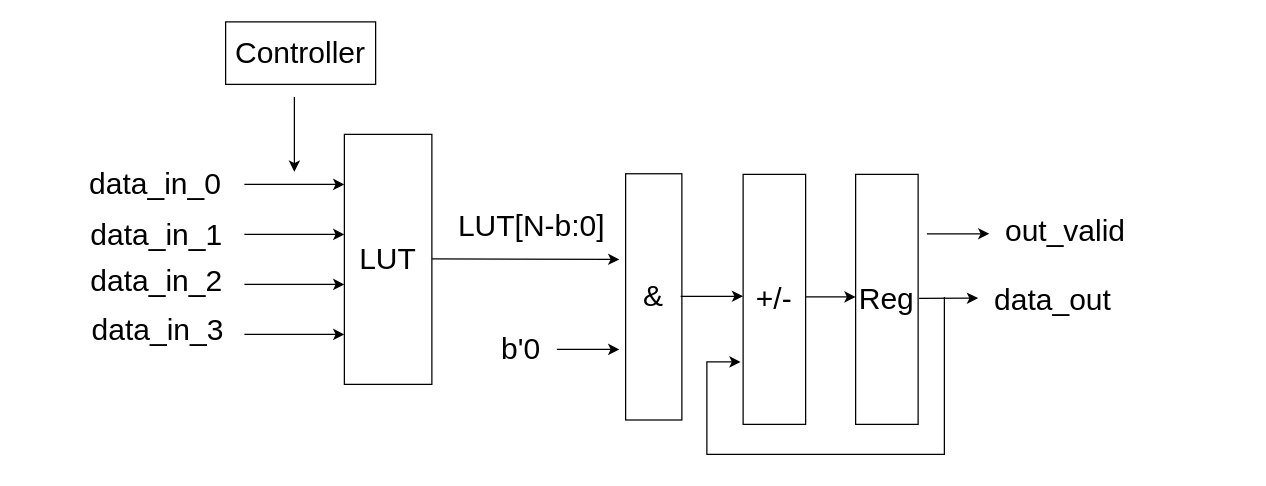
The draw.io diagram Lab4/images/DA.drawio in 1102131860/ECE6276, before the edit. Source tidied: cells renumbered, new cells numbered last; positions are measured from the earlier drawing's top-left corner, leaving out a move shared by most shapes. Both pictures are drawn from the tidied source at 125%, with x=0, y=0 at pixel (74, 21).
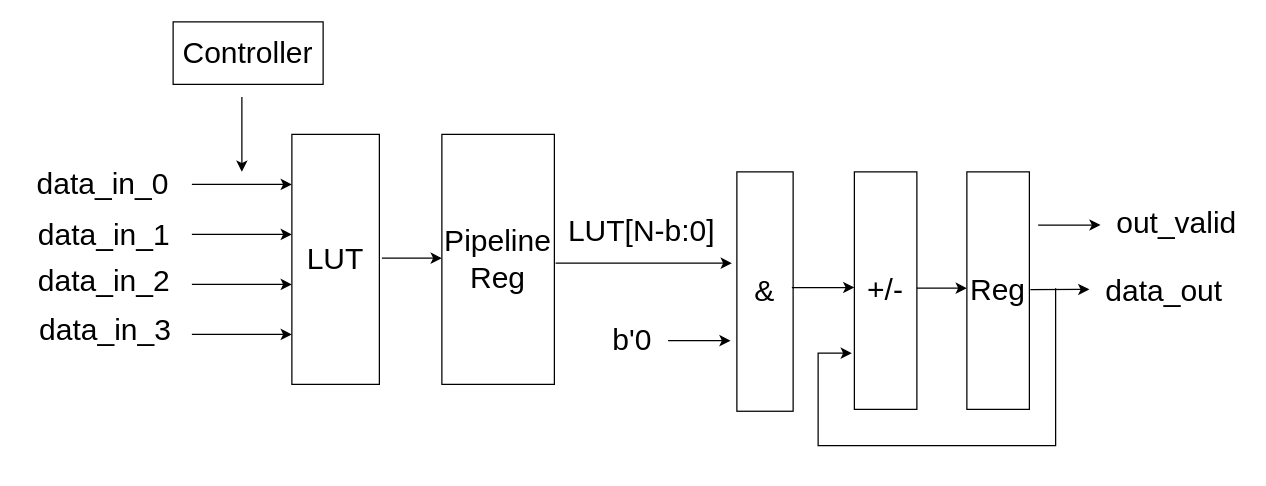
The same page after the edit.

The edit, as a diff of the source:
```diff
@@
     <mxCell id="2" value="&lt;font style=&quot;font-size: 24px;&quot;&gt;LUT&lt;/font&gt;" style="rounded=0;whiteSpace=wrap;html=1;" parent="1" vertex="1">
-      <mxGeometry x="216" y="90" width="70" height="200" as="geometry" />
+      <mxGeometry x="174" y="90" width="70" height="200" as="geometry" />
     </mxCell>
     <mxCell id="3" style="endArrow=classic;html=1;rounded=0;entryX=0;entryY=0.2;entryDx=0;entryDy=0;entryPerimeter=0;" parent="1" edge="1" target="2">
       <mxGeometry relative="1" as="geometry">
-        <mxPoint x="136" y="130" as="sourcePoint" />
+        <mxPoint x="94" y="130" as="sourcePoint" />
       </mxGeometry>
     </mxCell>
     <mxCell id="4" style="endArrow=classic;html=1;rounded=0;entryX=0;entryY=0.2;entryDx=0;entryDy=0;entryPerimeter=0;" parent="1" edge="1">
       <mxGeometry relative="1" as="geometry">
-        <mxPoint x="136" y="170" as="sourcePoint" />
-        <mxPoint x="216" y="170" as="targetPoint" />
+        <mxPoint x="94" y="170" as="sourcePoint" />
+        <mxPoint x="174" y="170" as="targetPoint" />
       </mxGeometry>
     </mxCell>
     <mxCell id="5" style="endArrow=classic;html=1;rounded=0;entryX=0;entryY=0.2;entryDx=0;entryDy=0;entryPerimeter=0;" parent="1" edge="1">
       <mxGeometry relative="1" as="geometry">
-        <mxPoint x="136" y="210" as="sourcePoint" />
-        <mxPoint x="216" y="210" as="targetPoint" />
+        <mxPoint x="94" y="210" as="sourcePoint" />
+        <mxPoint x="174" y="210" as="targetPoint" />
       </mxGeometry>
     </mxCell>
     <mxCell id="6" style="endArrow=classic;html=1;rounded=0;entryX=0;entryY=0.2;entryDx=0;entryDy=0;entryPerimeter=0;" parent="1" edge="1">
       <mxGeometry relative="1" as="geometry">
-        <mxPoint x="136" y="250" as="sourcePoint" />
-        <mxPoint x="216" y="250" as="targetPoint" />
+        <mxPoint x="94" y="250" as="sourcePoint" />
+        <mxPoint x="174" y="250" as="targetPoint" />
       </mxGeometry>
     </mxCell>
     <mxCell id="7" value="&lt;font style=&quot;font-size: 24px;&quot;&gt;data_in_0&lt;/font&gt;" style="text;html=1;align=center;verticalAlign=middle;whiteSpace=wrap;rounded=0;" parent="1" vertex="1">
-      <mxGeometry y="110" width="130" height="40" as="geometry" />
+      <mxGeometry x="-42" y="110" width="130" height="40" as="geometry" />
     </mxCell>
     <mxCell id="8" value="&lt;font style=&quot;font-size: 24px;&quot;&gt;data_in_1&lt;/font&gt;" style="text;html=1;align=center;verticalAlign=middle;whiteSpace=wrap;rounded=0;" parent="1" vertex="1">
-      <mxGeometry x="6" y="156" width="120" height="30" as="geometry" />
+      <mxGeometry x="-36" y="156" width="120" height="30" as="geometry" />
     </mxCell>
     <mxCell id="9" value="&lt;font style=&quot;font-size: 24px;&quot;&gt;data_in_2&lt;/font&gt;" style="text;html=1;align=center;verticalAlign=middle;whiteSpace=wrap;rounded=0;" parent="1" vertex="1">
-      <mxGeometry x="11" y="193" width="110" height="30" as="geometry" />
+      <mxGeometry x="-31" y="193" width="110" height="30" as="geometry" />
     </mxCell>
     <mxCell id="10" value="&lt;font style=&quot;font-size: 24px;&quot;&gt;data_in_3&lt;/font&gt;" style="text;html=1;align=center;verticalAlign=middle;whiteSpace=wrap;rounded=0;" parent="1" vertex="1">
-      <mxGeometry x="2" y="232" width="130" height="30" as="geometry" />
+      <mxGeometry x="-40" y="232" width="130" height="30" as="geometry" />
     </mxCell>
     <mxCell id="11" style="endArrow=classic;html=1;rounded=0;" parent="1" edge="1">
       <mxGeometry relative="1" as="geometry">
-        <mxPoint x="176" y="60" as="sourcePoint" />
-        <mxPoint x="176" y="120" as="targetPoint" />
+        <mxPoint x="134" y="60" as="sourcePoint" />
+        <mxPoint x="134" y="120" as="targetPoint" />
       </mxGeometry>
     </mxCell>
     <mxCell id="12" value="&lt;font style=&quot;font-size: 24px;&quot;&gt;Controller&lt;/font&gt;" style="rounded=0;whiteSpace=wrap;html=1;" parent="1" vertex="1">
-      <mxGeometry x="121" width="120" height="50" as="geometry" />
+      <mxGeometry x="79" width="120" height="50" as="geometry" />
     </mxCell>
     <mxCell id="13" style="endArrow=classic;html=1;rounded=0;strokeWidth=1;" parent="1" edge="1">
       <mxGeometry relative="1" as="geometry">
-        <mxPoint x="286" y="189.5" as="sourcePoint" />
-        <mxPoint x="436" y="190" as="targetPoint" />
+        <mxPoint x="385" y="193" as="sourcePoint" />
+        <mxPoint x="526" y="193" as="targetPoint" />
       </mxGeometry>
     </mxCell>
     <mxCell id="14" style="endArrow=classic;html=1;rounded=0;" parent="1" edge="1">
       <mxGeometry relative="1" as="geometry">
-        <mxPoint x="386" y="262" as="sourcePoint" />
-        <mxPoint x="436" y="262" as="targetPoint" />
+        <mxPoint x="475" y="255" as="sourcePoint" />
+        <mxPoint x="525" y="255" as="targetPoint" />
       </mxGeometry>
     </mxCell>
     <mxCell id="15" value="&lt;font style=&quot;font-size: 24px;&quot;&gt;LUT[N-b:0]&lt;/font&gt;" style="text;html=1;align=center;verticalAlign=middle;whiteSpace=wrap;rounded=0;" parent="1" vertex="1">
-      <mxGeometry x="296" y="142" width="140" height="44" as="geometry" />
+      <mxGeometry x="384" y="146" width="140" height="44" as="geometry" />
     </mxCell>
     <mxCell id="16" value="&lt;font style=&quot;font-size: 24px;&quot;&gt;+/-&lt;/font&gt;" style="rounded=0;whiteSpace=wrap;html=1;" parent="1" vertex="1">
-      <mxGeometry x="535" y="122" width="50" height="200" as="geometry" />
+      <mxGeometry x="624" y="120" width="50" height="190" as="geometry" />
     </mxCell>
     <mxCell id="17" style="endArrow=classic;html=1;rounded=0;exitX=1;exitY=0.5;exitDx=0;exitDy=0;" parent="1" edge="1">
       <mxGeometry relative="1" as="geometry">
-        <mxPoint x="585" y="220" as="sourcePoint" />
-        <mxPoint x="625" y="220" as="targetPoint" />
+        <mxPoint x="674" y="213" as="sourcePoint" />
+        <mxPoint x="714" y="213" as="targetPoint" />
       </mxGeometry>
     </mxCell>
     <mxCell id="18" value="&lt;font style=&quot;font-size: 24px;&quot;&gt;Reg&lt;/font&gt;" style="rounded=0;whiteSpace=wrap;html=1;" parent="1" vertex="1">
-      <mxGeometry x="625" y="122" width="50" height="200" as="geometry" />
+      <mxGeometry x="714" y="120" width="50" height="190" as="geometry" />
     </mxCell>
     <mxCell id="19" style="endArrow=classic;html=1;rounded=0;exitX=1.016;exitY=0.536;exitDx=0;exitDy=0;exitPerimeter=0;" parent="1" edge="1">
       <mxGeometry relative="1" as="geometry">
-        <mxPoint x="675.8" y="221.2" as="sourcePoint" />
-        <mxPoint x="723" y="221" as="targetPoint" />
+        <mxPoint x="764.8" y="214.2" as="sourcePoint" />
+        <mxPoint x="812" y="214" as="targetPoint" />
       </mxGeometry>
     </mxCell>
     <mxCell id="20" value="&lt;font style=&quot;font-size: 24px;&quot;&gt;data_out&lt;/font&gt;" style="text;html=1;align=center;verticalAlign=middle;whiteSpace=wrap;rounded=0;" parent="1" vertex="1">
-      <mxGeometry x="728" y="208" width="110" height="30" as="geometry" />
+      <mxGeometry x="817" y="201" width="110" height="30" as="geometry" />
     </mxCell>
     <mxCell id="21" style="endArrow=classic;html=1;rounded=0;" parent="1" edge="1">
       <mxGeometry relative="1" as="geometry">
-        <mxPoint x="682" y="169.5" as="sourcePoint" />
-        <mxPoint x="732" y="169.5" as="targetPoint" />
+        <mxPoint x="771" y="162.5" as="sourcePoint" />
+        <mxPoint x="821" y="162.5" as="targetPoint" />
       </mxGeometry>
     </mxCell>
     <mxCell id="22" value="&lt;font style=&quot;font-size: 24px;&quot;&gt;out_valid&lt;/font&gt;" style="text;html=1;align=center;verticalAlign=middle;whiteSpace=wrap;rounded=0;" parent="1" vertex="1">
-      <mxGeometry x="738" y="153" width="110" height="30" as="geometry" />
+      <mxGeometry x="827" y="146" width="110" height="30" as="geometry" />
     </mxCell>
     <mxCell id="23" style="endArrow=classic;html=1;rounded=0;edgeStyle=orthogonalEdgeStyle;" parent="1" edge="1">
       <mxGeometry relative="1" as="geometry">
-        <mxPoint x="696" y="220" as="sourcePoint" />
-        <mxPoint x="533" y="272" as="targetPoint" />
+        <mxPoint x="785" y="213" as="sourcePoint" />
+        <mxPoint x="622" y="265" as="targetPoint" />
         <Array as="points">
-          <mxPoint x="696" y="346" />
-          <mxPoint x="506" y="346" />
-          <mxPoint x="506" y="272" />
+          <mxPoint x="785" y="339" />
+          <mxPoint x="595" y="339" />
+          <mxPoint x="595" y="265" />
         </Array>
       </mxGeometry>
     </mxCell>
     <mxCell id="24" value="&lt;font style=&quot;font-size: 24px;&quot;&gt;&amp;amp;&lt;/font&gt;" style="rounded=0;whiteSpace=wrap;html=1;" parent="1" vertex="1">
-      <mxGeometry x="441" y="121.5" width="45" height="197" as="geometry" />
+      <mxGeometry x="530" y="120" width="45" height="191.5" as="geometry" />
     </mxCell>
     <mxCell id="25" value="&lt;font style=&quot;font-size: 24px;&quot;&gt;b'0&lt;/font&gt;" style="text;html=1;align=center;verticalAlign=middle;whiteSpace=wrap;rounded=0;" parent="1" vertex="1">
-      <mxGeometry x="333" y="246" width="49" height="32" as="geometry" />
+      <mxGeometry x="422" y="239" width="49" height="32" as="geometry" />
     </mxCell>
     <mxCell id="26" style="endArrow=classic;html=1;rounded=0;" parent="1" edge="1">
       <mxGeometry relative="1" as="geometry">
-        <mxPoint x="485" y="219.5" as="sourcePoint" />
-        <mxPoint x="535" y="219.5" as="targetPoint" />
+        <mxPoint x="574" y="212.5" as="sourcePoint" />
+        <mxPoint x="624" y="212.5" as="targetPoint" />
       </mxGeometry>
     </mxCell>
+    <mxCell id="27" value="&lt;font style=&quot;font-size: 24px;&quot;&gt;Pipeline&lt;br&gt;Reg&lt;/font&gt;" style="rounded=0;whiteSpace=wrap;html=1;" parent="1" vertex="1">
+      <mxGeometry x="294" y="90" width="90" height="200" as="geometry" />
+    </mxCell>
+    <mxCell id="28" style="endArrow=classic;html=1;rounded=0;" parent="1" edge="1">
+      <mxGeometry relative="1" as="geometry">
+        <mxPoint x="246" y="189" as="sourcePoint" />
+        <mxPoint x="294" y="189" as="targetPoint" />
+      </mxGeometry>
+    </mxCell>
```
